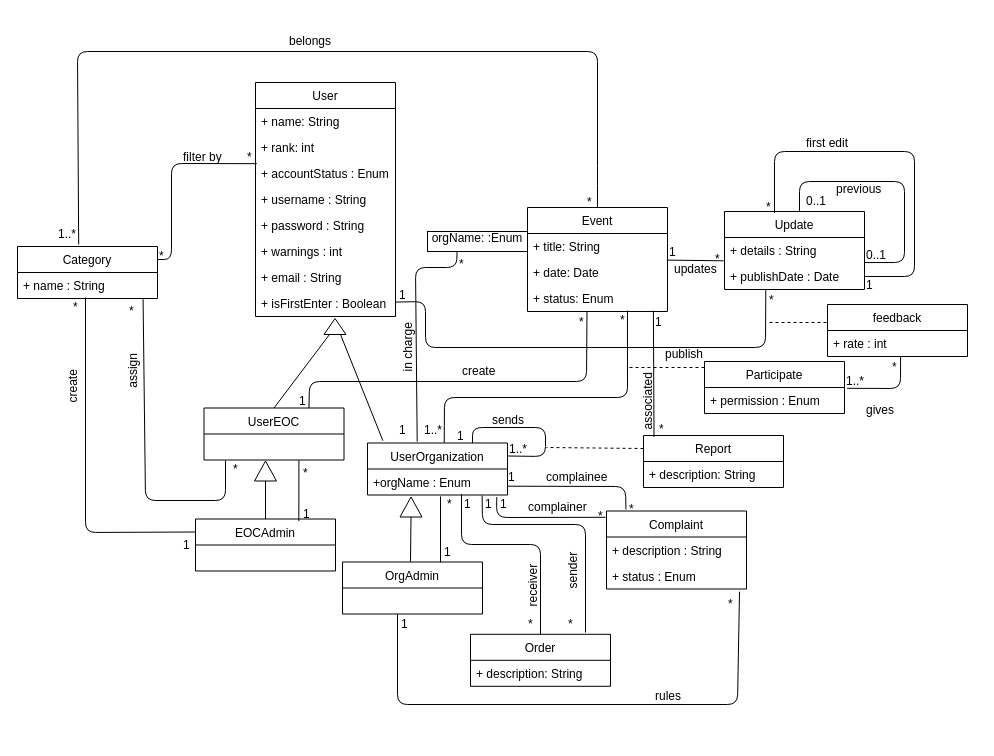
Earlier version of the draw.io diagram page "Update Class Diagram" (3 of 3) of Untitled Diagram.drawio (anastasiakova/nituz2). Source tidied: cells renumbered, new cells numbered last; positions are measured from the earlier drawing's top-left corner, leaving out a move shared by most shapes. Both pictures are drawn from the tidied source at 100%, with x=0, y=0 at pixel (17, 31).
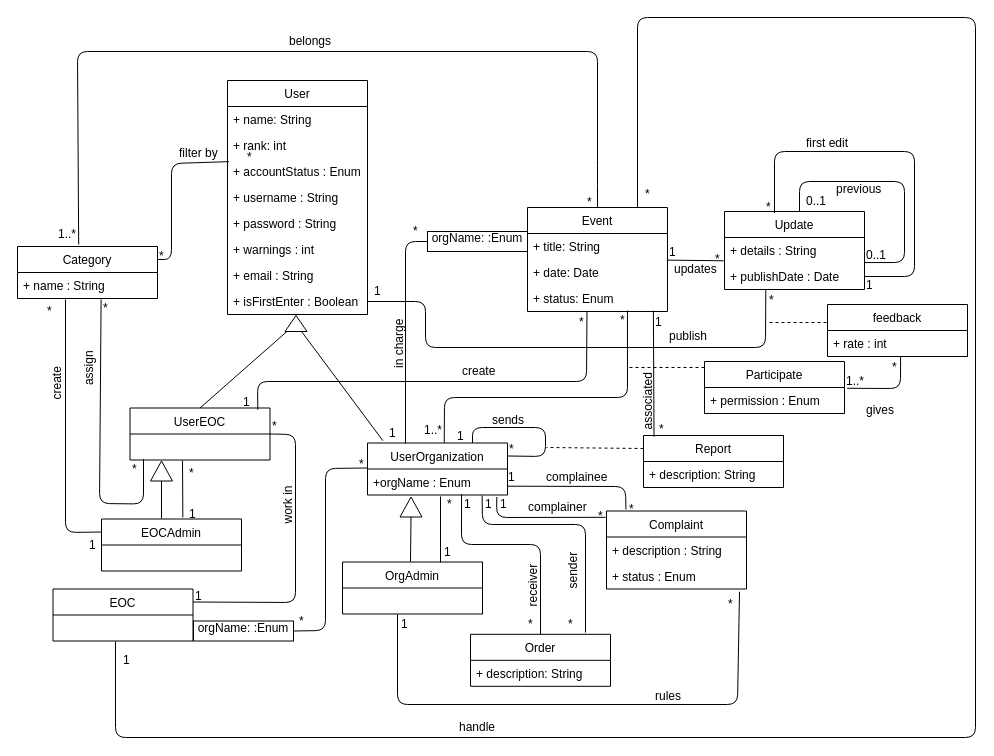
The same diagram, later.

Unchanged cells that the change refers to:
```xml
<mxCell id="14" value="+ status: Enum" style="text;strokeColor=none;fillColor=none;align=left;verticalAlign=top;spacingLeft=4;spacingRight=4;overflow=hidden;points=[[0,0.5],[1,0.5]];portConstraint=eastwest;" parent="11" vertex="1">
  <mxGeometry y="78" width="140" height="26" as="geometry" />
</mxCell>
<mxCell id="20" value="+ name : String" style="text;strokeColor=none;fillColor=none;align=left;verticalAlign=top;spacingLeft=4;spacingRight=4;overflow=hidden;points=[[0,0.5],[1,0.5]];portConstraint=eastwest;" parent="19" vertex="1">
  <mxGeometry y="26" width="140" height="26" as="geometry" />
</mxCell>
<mxCell id="28" value="UserOrganization" style="swimlane;fontStyle=0;horizontal=1;startSize=26;fillColor=none;" parent="1" vertex="1">
  <mxGeometry x="350" y="411.5" width="140" height="52" as="geometry" />
</mxCell>
<mxCell id="46" value="&lt;div style=&quot;text-align: center&quot;&gt;&lt;span&gt;orgName: :Enum&lt;/span&gt;&lt;/div&gt;" style="verticalAlign=top;align=left;overflow=fill;fontSize=12;fontFamily=Helvetica;html=1;" parent="1" vertex="1">
  <mxGeometry x="410" y="200" width="100" height="20" as="geometry" />
</mxCell>
<mxCell id="115" value="+orgName : Enum" style="text;strokeColor=none;fillColor=none;align=left;verticalAlign=top;spacingLeft=4;spacingRight=4;overflow=hidden;points=[[0,0.5],[1,0.5]];portConstraint=eastwest;" parent="1" vertex="1">
  <mxGeometry x="350" y="437.5" width="141" height="26" as="geometry" />
</mxCell>
```

What changed in the source:
```diff
@@
     <mxCell id="2" value="User" style="swimlane;fontStyle=0;horizontal=1;startSize=26;fillColor=none;" parent="1" vertex="1">
-      <mxGeometry x="238" y="51" width="140" height="234" as="geometry" />
+      <mxGeometry x="210" y="49" width="140" height="234" as="geometry" />
     </mxCell>
@@
     <mxCell id="21" value="EOCAdmin" style="swimlane;fontStyle=0;horizontal=1;startSize=26;fillColor=none;" parent="1" vertex="1">
-      <mxGeometry x="178" y="487.5" width="140" height="52" as="geometry" />
+      <mxGeometry x="84" y="487.5" width="140" height="52" as="geometry" />
     </mxCell>
@@
     <mxCell id="27" value="UserEOC" style="swimlane;fontStyle=0;horizontal=1;startSize=26;fillColor=none;" parent="1" vertex="1">
-      <mxGeometry x="186.5" y="376.5" width="140" height="52" as="geometry" />
+      <mxGeometry x="112.5" y="376.5" width="140" height="52" as="geometry" />
     </mxCell>
@@
-    <mxCell id="34" style="triangle;whiteSpace=wrap;html=1;rotation=-90;" parent="1" vertex="1">
-      <mxGeometry x="309.5" y="284" width="16" height="22" as="geometry" />
-    </mxCell>
@@
-    <mxCell id="36" style="endArrow=none;html=1;entryX=0;entryY=0.25;entryDx=0;entryDy=0;exitX=0.5;exitY=0;exitDx=0;exitDy=0;" parent="1" edge="1" source="27" target="34">
-      <mxGeometry relative="1" as="geometry" />
-    </mxCell>
@@
-    <mxCell id="38" style="endArrow=none;html=1;entryX=0;entryY=0.5;entryDx=0;entryDy=0;" parent="1" edge="1" source="21" target="40">
-      <mxGeometry relative="1" as="geometry" />
+    <mxCell id="38" style="endArrow=none;html=1;entryX=0;entryY=0.5;entryDx=0;entryDy=0;" parent="1" edge="1" target="40">
+      <mxGeometry relative="1" as="geometry">
+        <mxPoint x="144" y="487" as="sourcePoint" />
+      </mxGeometry>
     </mxCell>
@@
     <mxCell id="40" style="triangle;whiteSpace=wrap;html=1;rotation=-90;" parent="1" vertex="1">
-      <mxGeometry x="238" y="428.5" width="20" height="22" as="geometry" />
+      <mxGeometry x="134" y="428.5" width="20" height="22" as="geometry" />
     </mxCell>
@@
     <mxCell id="43" style="endArrow=none;html=1;entryX=0;entryY=0.25;entryDx=0;entryDy=0;" parent="1" edge="1" target="21">
       <mxGeometry relative="1" as="geometry">
-        <mxPoint x="68" y="266" as="sourcePoint" />
+        <mxPoint x="48" y="268" as="sourcePoint" />
         <Array as="points">
-          <mxPoint x="68" y="501" />
+          <mxPoint x="48" y="501" />
         </Array>
       </mxGeometry>
     </mxCell>
@@
-    <mxCell id="45" style="endArrow=none;html=1;entryX=0.712;entryY=0.97;entryDx=0;entryDy=0;entryPerimeter=0;exitX=-0.133;exitY=0.85;exitDx=0;exitDy=0;exitPerimeter=0;" parent="1" edge="1" source="100">
+    <mxCell id="45" style="endArrow=none;html=1;exitX=0.581;exitY=-0.03;exitDx=0;exitDy=0;exitPerimeter=0;" parent="1" edge="1" source="21">
       <mxGeometry relative="1" as="geometry">
-        <mxPoint x="281.4" y="428.7" as="targetPoint" />
+        <mxPoint x="165" y="429" as="targetPoint" />
       </mxGeometry>
     </mxCell>
@@
-    <mxCell id="51" style="endArrow=none;html=1;entryX=0.425;entryY=0.995;entryDx=0;entryDy=0;entryPerimeter=0;exitX=0.75;exitY=0;exitDx=0;exitDy=0;" parent="1" edge="1" source="27" target="14">
+    <mxCell id="51" style="endArrow=none;html=1;entryX=0.425;entryY=0.995;entryDx=0;entryDy=0;entryPerimeter=0;exitX=0.913;exitY=0.033;exitDx=0;exitDy=0;exitPerimeter=0;" parent="1" edge="1" source="27" target="14">
       <mxGeometry relative="1" as="geometry">
         <Array as="points">
-          <mxPoint x="292" y="350" />
+          <mxPoint x="240" y="350" />
           <mxPoint x="569" y="350" />
         </Array>
       </mxGeometry>
     </mxCell>
-    <mxCell id="52" style="endArrow=none;html=1;exitX=0.355;exitY=-0.026;exitDx=0;exitDy=0;exitPerimeter=0;entryX=0.296;entryY=0.982;entryDx=0;entryDy=0;entryPerimeter=0;" parent="1" edge="1" source="28" target="46">
+    <mxCell id="52" style="endArrow=none;html=1;entryX=0;entryY=0.5;entryDx=0;entryDy=0;" parent="1" edge="1" target="46">
       <mxGeometry relative="1" as="geometry">
+        <mxPoint x="388" y="412" as="sourcePoint" />
         <Array as="points">
-          <mxPoint x="398" y="236" />
-          <mxPoint x="439" y="236" />
+          <mxPoint x="388" y="210" />
         </Array>
       </mxGeometry>
     </mxCell>
@@
     <mxCell id="65" value="1" style="text;html=1;align=left;verticalAlign=top;spacingTop=-4;" parent="1" vertex="1">
-      <mxGeometry x="380" y="254" width="20" height="20" as="geometry" />
+      <mxGeometry x="355" y="250" width="20" height="20" as="geometry" />
     </mxCell>
     <mxCell id="66" value="publish" style="text;html=1;align=left;verticalAlign=top;spacingTop=-4;" parent="1" vertex="1">
-      <mxGeometry x="646" y="313" width="50" height="20" as="geometry" />
+      <mxGeometry x="650" y="295" width="50" height="20" as="geometry" />
     </mxCell>
@@
     <mxCell id="71" value="*" style="text;html=1;align=left;verticalAlign=top;spacingTop=-4;" parent="1" vertex="1">
-      <mxGeometry x="439.5" y="223" width="20" height="20" as="geometry" />
+      <mxGeometry x="393.5" y="190" width="20" height="20" as="geometry" />
     </mxCell>
     <mxCell id="72" value="1" style="text;html=1;align=left;verticalAlign=top;spacingTop=-4;" parent="1" vertex="1">
-      <mxGeometry x="380" y="389" width="20" height="20" as="geometry" />
+      <mxGeometry x="370" y="391.5" width="20" height="20" as="geometry" />
     </mxCell>
     <mxCell id="73" value="in charge" style="text;html=1;align=left;verticalAlign=top;spacingTop=-4;rotation=-90;" parent="1" vertex="1">
-      <mxGeometry x="355" y="297.5" width="70" height="20" as="geometry" />
+      <mxGeometry x="347" y="294" width="70" height="20" as="geometry" />
     </mxCell>
@@
     <mxCell id="78" value="filter by" style="text;html=1;align=left;verticalAlign=top;spacingTop=-4;" parent="1" vertex="1">
-      <mxGeometry x="164" y="116" width="50" height="20" as="geometry" />
+      <mxGeometry x="160" y="112" width="50" height="20" as="geometry" />
     </mxCell>
@@
     <mxCell id="94" value="*" style="text;html=1;align=left;verticalAlign=top;spacingTop=-4;" parent="1" vertex="1">
-      <mxGeometry x="213.5" y="427.5" width="20" height="20" as="geometry" />
+      <mxGeometry x="112.5" y="427.5" width="20" height="20" as="geometry" />
     </mxCell>
     <mxCell id="95" value="1" style="text;html=1;align=left;verticalAlign=top;spacingTop=-4;" parent="1" vertex="1">
-      <mxGeometry x="164" y="503.5" width="20" height="20" as="geometry" />
+      <mxGeometry x="70" y="503.5" width="20" height="20" as="geometry" />
     </mxCell>
     <mxCell id="96" value="*" style="text;html=1;align=left;verticalAlign=top;spacingTop=-4;" parent="1" vertex="1">
-      <mxGeometry x="110" y="270" width="20" height="20" as="geometry" />
+      <mxGeometry x="84" y="267" width="20" height="20" as="geometry" />
     </mxCell>
     <mxCell id="97" value="create" style="text;html=1;align=left;verticalAlign=top;spacingTop=-4;rotation=-90;" parent="1" vertex="1">
-      <mxGeometry x="30" y="338.5" width="50" height="20" as="geometry" />
+      <mxGeometry x="14" y="335.5" width="50" height="20" as="geometry" />
     </mxCell>
     <mxCell id="98" value="*" style="text;html=1;align=left;verticalAlign=top;spacingTop=-4;" parent="1" vertex="1">
-      <mxGeometry x="284" y="431.5" width="20" height="20" as="geometry" />
+      <mxGeometry x="170" y="431.5" width="20" height="20" as="geometry" />
     </mxCell>
@@
     <mxCell id="100" value="1" style="text;html=1;points=[];align=left;verticalAlign=top;spacingTop=-4;" parent="1" vertex="1">
-      <mxGeometry x="284" y="472.5" width="20" height="20" as="geometry" />
+      <mxGeometry x="170" y="472.5" width="20" height="20" as="geometry" />
     </mxCell>
@@
     <mxCell id="103" value="1" style="text;html=1;align=left;verticalAlign=top;spacingTop=-4;" parent="1" vertex="1">
-      <mxGeometry x="279.5" y="360" width="20" height="20" as="geometry" />
+      <mxGeometry x="224" y="360.5" width="20" height="20" as="geometry" />
     </mxCell>
@@
-    <mxCell id="105" style="endArrow=none;html=1;exitX=0.897;exitY=1.023;exitDx=0;exitDy=0;exitPerimeter=0;" parent="1" edge="1" source="20">
+    <mxCell id="105" style="endArrow=none;html=1;exitX=0.897;exitY=0.977;exitDx=0;exitDy=0;exitPerimeter=0;" parent="1" edge="1">
       <mxGeometry relative="1" as="geometry">
-        <mxPoint x="208" y="429" as="targetPoint" />
+        <mxPoint x="83.6" y="267.9" as="sourcePoint" />
+        <mxPoint x="126" y="427.5" as="targetPoint" />
         <Array as="points">
-          <mxPoint x="128" y="469" />
-          <mxPoint x="208" y="469" />
+          <mxPoint x="82" y="472" />
+          <mxPoint x="126" y="472.5" />
         </Array>
       </mxGeometry>
     </mxCell>
     <mxCell id="106" value="assign" style="text;html=1;align=center;verticalAlign=middle;labelBackgroundColor=#ffffff;rotation=-90;" parent="105" vertex="1">
       <mxGeometry x="-0.36" y="-3" relative="1" as="geometry">
-        <mxPoint x="-9" y="-30.5" as="offset" />
+        <mxPoint x="-8" y="-24.5" as="offset" />
       </mxGeometry>
     </mxCell>
     <mxCell id="107" value="*" style="text;html=1;align=left;verticalAlign=top;spacingTop=-4;" parent="1" vertex="1">
-      <mxGeometry x="54" y="266" width="20" height="20" as="geometry" />
+      <mxGeometry x="28" y="270" width="20" height="20" as="geometry" />
     </mxCell>
@@
-    <mxCell id="123" value="1..*" style="text;html=1;align=left;verticalAlign=top;spacingTop=-4;" parent="1" vertex="1">
-      <mxGeometry x="490" y="407.5" width="30" height="20" as="geometry" />
+    <mxCell id="123" value="*" style="text;html=1;align=left;verticalAlign=top;spacingTop=-4;" parent="1" vertex="1">
+      <mxGeometry x="490" y="407.5" width="20" height="20" as="geometry" />
     </mxCell>
@@
+    <mxCell id="34" style="triangle;whiteSpace=wrap;html=1;rotation=-90;" parent="1" vertex="1">
+      <mxGeometry x="270.5" y="281" width="16" height="22" as="geometry" />
+    </mxCell>
+    <mxCell id="36" style="endArrow=none;html=1;exitX=0.5;exitY=0;exitDx=0;exitDy=0;" parent="1" edge="1" source="27" target="34">
+      <mxGeometry relative="1" as="geometry" />
+    </mxCell>
+    <mxCell id="128" style="endArrow=none;html=1;entryX=0.002;entryY=-0.039;entryDx=0;entryDy=0;entryPerimeter=0;exitX=1;exitY=0.5;exitDx=0;exitDy=0;" parent="1" edge="1" source="132" target="115">
+      <mxGeometry relative="1" as="geometry">
+        <Array as="points">
+          <mxPoint x="308" y="599" />
+          <mxPoint x="308" y="437" />
+        </Array>
+      </mxGeometry>
+    </mxCell>
+    <mxCell id="129" value="*" style="text;html=1;align=left;verticalAlign=top;spacingTop=-4;" parent="1" vertex="1">
+      <mxGeometry x="279.5" y="579.5" width="20" height="20" as="geometry" />
+    </mxCell>
+    <mxCell id="130" value="*" style="text;html=1;align=left;verticalAlign=top;spacingTop=-4;" parent="1" vertex="1">
+      <mxGeometry x="340" y="422.5" width="20" height="20" as="geometry" />
+    </mxCell>
+    <mxCell id="131" value="EOC" style="swimlane;fontStyle=0;horizontal=1;startSize=26;fillColor=none;" parent="1" vertex="1">
+      <mxGeometry x="35.5" y="557.5" width="140" height="52" as="geometry" />
+    </mxCell>
+    <mxCell id="132" value="&lt;div style=&quot;text-align: center&quot;&gt;&lt;span&gt;orgName: :Enum&lt;/span&gt;&lt;/div&gt;" style="verticalAlign=top;align=left;overflow=fill;fontSize=12;fontFamily=Helvetica;html=1;rotation=0;" parent="1" vertex="1">
+      <mxGeometry x="176" y="589.5" width="100" height="20" as="geometry" />
+    </mxCell>
+    <mxCell id="133" style="endArrow=none;html=1;entryX=1;entryY=0.5;entryDx=0;entryDy=0;exitX=1;exitY=0.25;exitDx=0;exitDy=0;" parent="1" edge="1" source="131" target="27">
+      <mxGeometry relative="1" as="geometry">
+        <Array as="points">
+          <mxPoint x="278" y="571" />
+          <mxPoint x="278" y="403" />
+        </Array>
+      </mxGeometry>
+    </mxCell>
+    <mxCell id="134" value="1" style="text;html=1;align=left;verticalAlign=top;spacingTop=-4;" parent="1" vertex="1">
+      <mxGeometry x="176" y="554.5" width="20" height="20" as="geometry" />
+    </mxCell>
+    <mxCell id="135" value="*" style="text;html=1;align=left;verticalAlign=top;spacingTop=-4;" parent="1" vertex="1">
+      <mxGeometry x="252.5" y="384.5" width="20" height="20" as="geometry" />
+    </mxCell>
+    <mxCell id="136" value="work in" style="text;html=1;align=left;verticalAlign=top;spacingTop=-4;rotation=-90;" parent="1" vertex="1">
+      <mxGeometry x="245" y="459.5" width="50" height="20" as="geometry" />
+    </mxCell>
+    <mxCell id="137" style="endArrow=none;html=1;" parent="1" edge="1">
+      <mxGeometry relative="1" as="geometry">
+        <mxPoint x="98" y="610" as="sourcePoint" />
+        <mxPoint x="620" y="176" as="targetPoint" />
+        <Array as="points">
+          <mxPoint x="98" y="706" />
+          <mxPoint x="958" y="706" />
+          <mxPoint x="958" y="-14" />
+          <mxPoint x="620" y="-14" />
+        </Array>
+      </mxGeometry>
+    </mxCell>
+    <mxCell id="138" value="1" style="text;html=1;align=left;verticalAlign=top;spacingTop=-4;" parent="1" vertex="1">
+      <mxGeometry x="104" y="619" width="20" height="20" as="geometry" />
+    </mxCell>
+    <mxCell id="139" value="*" style="text;html=1;align=left;verticalAlign=top;spacingTop=-4;" parent="1" vertex="1">
+      <mxGeometry x="626" y="153" width="20" height="20" as="geometry" />
+    </mxCell>
+    <mxCell id="140" value="handle" style="text;html=1;align=left;verticalAlign=top;spacingTop=-4;" parent="1" vertex="1">
+      <mxGeometry x="440" y="686" width="50" height="20" as="geometry" />
+    </mxCell>
```
